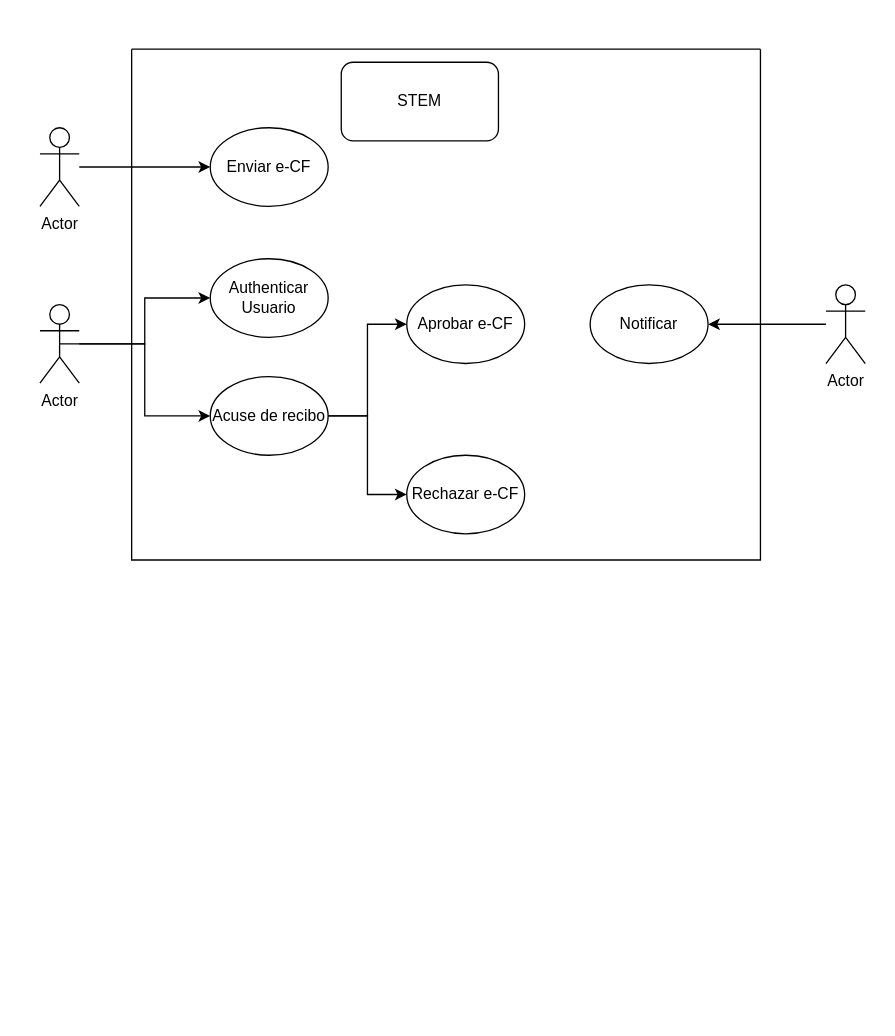
eduardfortunatoabreu/Diagramas keeps this draw.io diagram as Untitled Diagram.drawio. Above is the earlier version. Source tidied: cells renumbered, new cells numbered last; positions are measured from the earlier drawing's top-left corner, leaving out a move shared by most shapes. Both pictures are drawn from the tidied source at 131%, with x=0, y=0 at pixel (39, 48).
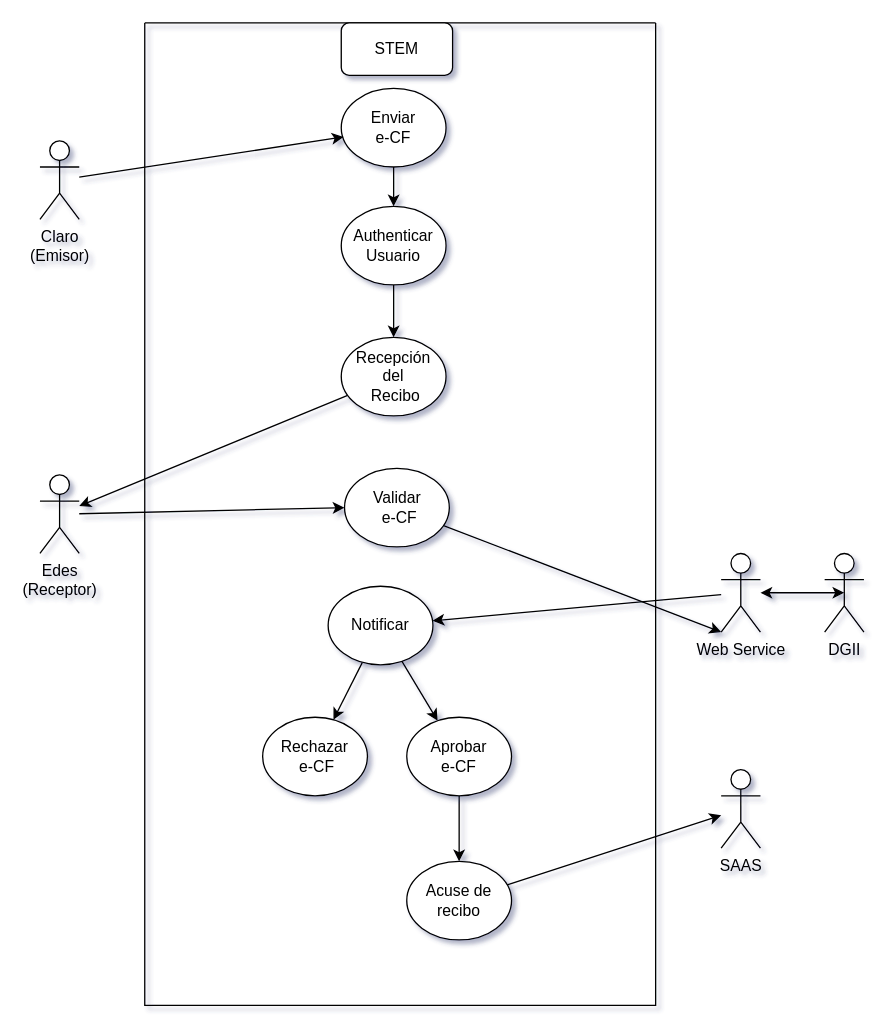
After the change.

Change to the diagram source:
```diff
@@
-<mxGraphModel>
+<mxGraphModel shadow="1">
@@
-    <mxCell id="2" style="edgeStyle=orthogonalEdgeStyle;rounded=0;jettySize=auto;html=1;exitX=0.5;exitY=0.5;exitDx=0;exitDy=0;exitPerimeter=0;" parent="1" edge="1" source="4" target="8">
-      <mxGeometry relative="1" as="geometry" />
-    </mxCell>
-    <mxCell id="3" style="edgeStyle=orthogonalEdgeStyle;rounded=0;jettySize=auto;html=1;" parent="1" edge="1" source="4" target="11">
-      <mxGeometry relative="1" as="geometry" />
-    </mxCell>
-    <mxCell id="4" value="Actor" style="shape=umlActor;verticalLabelPosition=bottom;verticalAlign=top;html=1;outlineConnect=0;" parent="1" vertex="1">
-      <mxGeometry y="195" width="30" height="60" as="geometry" />
+    <mxCell id="4" value="Edes&lt;br&gt;(Receptor)" style="shape=umlActor;verticalLabelPosition=bottom;verticalAlign=top;html=1;outlineConnect=0;" parent="1" vertex="1">
+      <mxGeometry y="325" width="30" height="60" as="geometry" />
     </mxCell>
+    <mxCell id="6" value="Claro&lt;br&gt;(Emisor)" style="shape=umlActor;verticalLabelPosition=bottom;verticalAlign=top;html=1;outlineConnect=0;" parent="1" vertex="1">
+      <mxGeometry y="70" width="30" height="60" as="geometry" />
+    </mxCell>
+    <mxCell id="15" value="Web Service&lt;br&gt;&lt;br&gt;" style="shape=umlActor;verticalLabelPosition=bottom;verticalAlign=top;html=1;outlineConnect=0;" parent="1" vertex="1">
+      <mxGeometry x="520" y="385" width="30" height="60" as="geometry" />
+    </mxCell>
+    <mxCell id="18" style="swimlane;startSize=0;" parent="1" vertex="1">
+      <mxGeometry x="80" y="-20" width="390" height="750" as="geometry" />
+    </mxCell>
+    <mxCell id="17" value="STEM" style="rounded=1;whiteSpace=wrap;html=1;" parent="18" vertex="1">
+      <mxGeometry x="150" width="85" height="40" as="geometry" />
+    </mxCell>
+    <mxCell id="16" value="Notificar" style="ellipse;whiteSpace=wrap;html=1;" parent="18" vertex="1">
+      <mxGeometry x="140" y="430" width="80" height="60" as="geometry" />
+    </mxCell>
+    <mxCell id="19" style="edgeStyle=orthogonalEdgeStyle;rounded=0;jettySize=auto;html=1;" parent="18" edge="1" source="7" target="8">
+      <mxGeometry relative="1" as="geometry" />
+    </mxCell>
+    <mxCell id="7" value="Enviar &lt;br&gt;e-CF" style="ellipse;whiteSpace=wrap;html=1;" parent="18" vertex="1">
+      <mxGeometry x="150" y="50" width="80" height="60" as="geometry" />
+    </mxCell>
+    <mxCell id="20" style="edgeStyle=orthogonalEdgeStyle;rounded=0;jettySize=auto;html=1;entryX=0.5;entryY=0;entryDx=0;entryDy=0;" parent="18" edge="1" source="13" target="11">
+      <mxGeometry relative="1" as="geometry" />
+    </mxCell>
+    <mxCell id="13" value="Aprobar &lt;br&gt;e-CF" style="ellipse;whiteSpace=wrap;html=1;" parent="18" vertex="1">
+      <mxGeometry x="200" y="530" width="80" height="60" as="geometry" />
+    </mxCell>
+    <mxCell id="21" style="edgeStyle=orthogonalEdgeStyle;rounded=0;jettySize=auto;html=1;" parent="18" edge="1" source="8" target="22">
+      <mxGeometry relative="1" as="geometry" />
+    </mxCell>
+    <mxCell id="8" value="Authenticar Usuario" style="ellipse;whiteSpace=wrap;html=1;" parent="18" vertex="1">
+      <mxGeometry x="150" y="140" width="80" height="60" as="geometry" />
+    </mxCell>
+    <mxCell id="12" value="Rechazar&lt;br&gt;&amp;nbsp;e-CF" style="ellipse;whiteSpace=wrap;html=1;" parent="18" vertex="1">
+      <mxGeometry x="90" y="530" width="80" height="60" as="geometry" />
+    </mxCell>
+    <mxCell id="11" value="Acuse de recibo" style="ellipse;whiteSpace=wrap;html=1;" parent="18" vertex="1">
+      <mxGeometry x="200" y="640" width="80" height="60" as="geometry" />
+    </mxCell>
+    <mxCell id="22" value="Recepción&lt;br&gt;del&lt;br&gt;&amp;nbsp;Recibo" style="ellipse;whiteSpace=wrap;html=1;" parent="18" vertex="1">
+      <mxGeometry x="150" y="240" width="80" height="60" as="geometry" />
+    </mxCell>
+    <mxCell id="23" value="Validar&lt;br&gt;&amp;nbsp;e-CF" style="ellipse;whiteSpace=wrap;html=1;" parent="18" vertex="1">
+      <mxGeometry x="152.5" y="340" width="80" height="60" as="geometry" />
+    </mxCell>
+    <mxCell id="24" style="endArrow=classic;html=1;rounded=0;" parent="18" edge="1" source="16" target="13">
+      <mxGeometry relative="1" as="geometry" />
+    </mxCell>
+    <mxCell id="25" style="endArrow=classic;html=1;rounded=0;" parent="18" edge="1" source="16" target="12">
+      <mxGeometry relative="1" as="geometry" />
+    </mxCell>
+    <mxCell id="26" value="DGII&lt;br&gt;" style="shape=umlActor;verticalLabelPosition=bottom;verticalAlign=top;html=1;outlineConnect=0;" parent="1" vertex="1">
+      <mxGeometry x="599" y="385" width="30" height="60" as="geometry" />
+    </mxCell>
+    <mxCell id="27" value="SAAS" style="shape=umlActor;verticalLabelPosition=bottom;verticalAlign=top;html=1;outlineConnect=0;" parent="1" vertex="1">
+      <mxGeometry x="520" y="550" width="30" height="60" as="geometry" />
+    </mxCell>
-    <mxCell id="5" style="edgeStyle=orthogonalEdgeStyle;rounded=0;jettySize=auto;html=1;" parent="1" edge="1" source="6" target="7">
+    <mxCell id="5" style="endArrow=classic;html=1;rounded=0;entryX=0.022;entryY=0.617;entryDx=0;entryDy=0;entryPerimeter=0;" parent="1" edge="1" source="6" target="7">
       <mxGeometry relative="1" as="geometry" />
     </mxCell>
-    <mxCell id="6" value="Actor" style="shape=umlActor;verticalLabelPosition=bottom;verticalAlign=top;html=1;outlineConnect=0;" parent="1" vertex="1">
-      <mxGeometry y="60" width="30" height="60" as="geometry" />
-    </mxCell>
-    <mxCell id="7" value="Enviar e-CF" style="ellipse;whiteSpace=wrap;html=1;" parent="1" vertex="1">
-      <mxGeometry x="130" y="60" width="90" height="60" as="geometry" />
-    </mxCell>
-    <mxCell id="8" value="Authenticar Usuario" style="ellipse;whiteSpace=wrap;html=1;" parent="1" vertex="1">
-      <mxGeometry x="130" y="160" width="90" height="60" as="geometry" />
-    </mxCell>
-    <mxCell id="9" style="edgeStyle=orthogonalEdgeStyle;rounded=0;jettySize=auto;html=1;" parent="1" edge="1" source="11" target="12">
-      <mxGeometry relative="1" as="geometry" />
-    </mxCell>
-    <mxCell id="10" style="edgeStyle=orthogonalEdgeStyle;rounded=0;jettySize=auto;html=1;entryX=0;entryY=0.5;entryDx=0;entryDy=0;" parent="1" edge="1" source="11" target="13">
-      <mxGeometry relative="1" as="geometry" />
-    </mxCell>
-    <mxCell id="11" value="Acuse de recibo" style="ellipse;whiteSpace=wrap;html=1;" parent="1" vertex="1">
-      <mxGeometry x="130" y="250" width="90" height="60" as="geometry" />
-    </mxCell>
-    <mxCell id="12" value="Rechazar e-CF" style="ellipse;whiteSpace=wrap;html=1;" parent="1" vertex="1">
-      <mxGeometry x="280" y="310" width="90" height="60" as="geometry" />
-    </mxCell>
-    <mxCell id="13" value="Aprobar e-CF" style="ellipse;whiteSpace=wrap;html=1;" parent="1" vertex="1">
-      <mxGeometry x="280" y="180" width="90" height="60" as="geometry" />
-    </mxCell>
+    <mxCell id="28" style="endArrow=classic;html=1;rounded=0;" parent="1" edge="1" source="22" target="4">
+      <mxGeometry relative="1" as="geometry" />
+    </mxCell>
+    <mxCell id="29" style="endArrow=classic;html=1;rounded=0;entryX=0;entryY=0.5;entryDx=0;entryDy=0;" parent="1" edge="1" source="4" target="23">
+      <mxGeometry relative="1" as="geometry" />
+    </mxCell>
+    <mxCell id="30" style="endArrow=classic;html=1;rounded=0;entryX=0;entryY=1;entryDx=0;entryDy=0;entryPerimeter=0;" parent="1" edge="1" source="23" target="15">
+      <mxGeometry relative="1" as="geometry" />
+    </mxCell>
+    <mxCell id="31" style="endArrow=classic;startArrow=classic;html=1;rounded=0;entryX=0.5;entryY=0.5;entryDx=0;entryDy=0;entryPerimeter=0;" parent="1" edge="1" source="15" target="26">
+      <mxGeometry relative="1" as="geometry" />
+    </mxCell>
-    <mxCell id="14" style="edgeStyle=orthogonalEdgeStyle;rounded=0;jettySize=auto;html=1;" parent="1" edge="1" source="15" target="16">
+    <mxCell id="14" style="endArrow=classic;html=1;rounded=0;" parent="1" edge="1" source="15" target="16">
       <mxGeometry relative="1" as="geometry" />
     </mxCell>
-    <mxCell id="15" value="Actor" style="shape=umlActor;verticalLabelPosition=bottom;verticalAlign=top;html=1;outlineConnect=0;" parent="1" vertex="1">
-      <mxGeometry x="600" y="180" width="30" height="60" as="geometry" />
-    </mxCell>
-    <mxCell id="16" value="Notificar" style="ellipse;whiteSpace=wrap;html=1;" parent="1" vertex="1">
-      <mxGeometry x="420" y="180" width="90" height="60" as="geometry" />
-    </mxCell>
-    <mxCell id="17" value="STEM" style="rounded=1;whiteSpace=wrap;html=1;" parent="1" vertex="1">
-      <mxGeometry x="230" y="10" width="120" height="60" as="geometry" />
-    </mxCell>
-    <mxCell id="18" style="swimlane;startSize=0;" parent="1" vertex="1">
-      <mxGeometry x="70" width="480" height="390" as="geometry" />
-    </mxCell>
+    <mxCell id="32" style="endArrow=classic;html=1;rounded=0;" parent="1" edge="1" source="11" target="27">
+      <mxGeometry relative="1" as="geometry" />
+    </mxCell>
```
